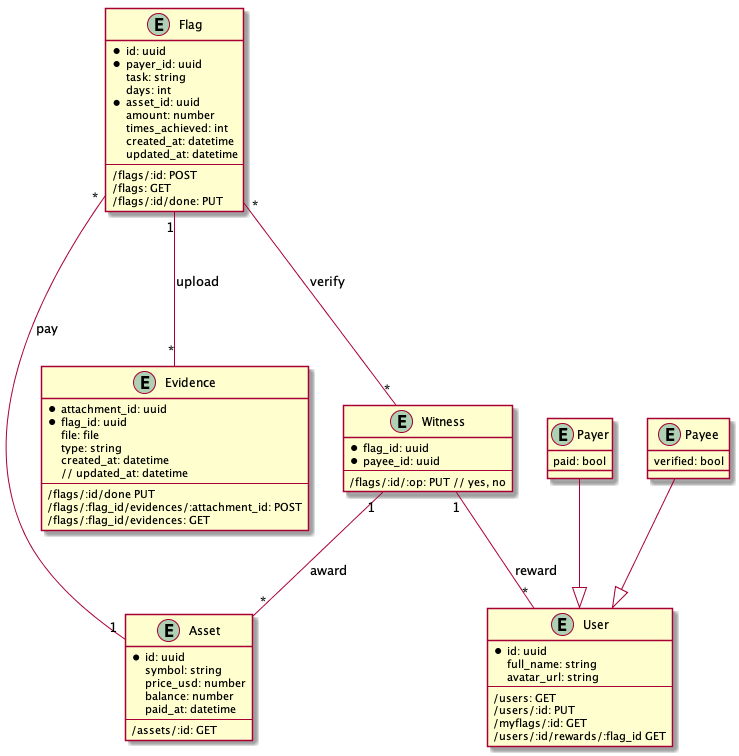
The PlantUML diagram docs/models.png in PioneerDev/setflags, before a commit.
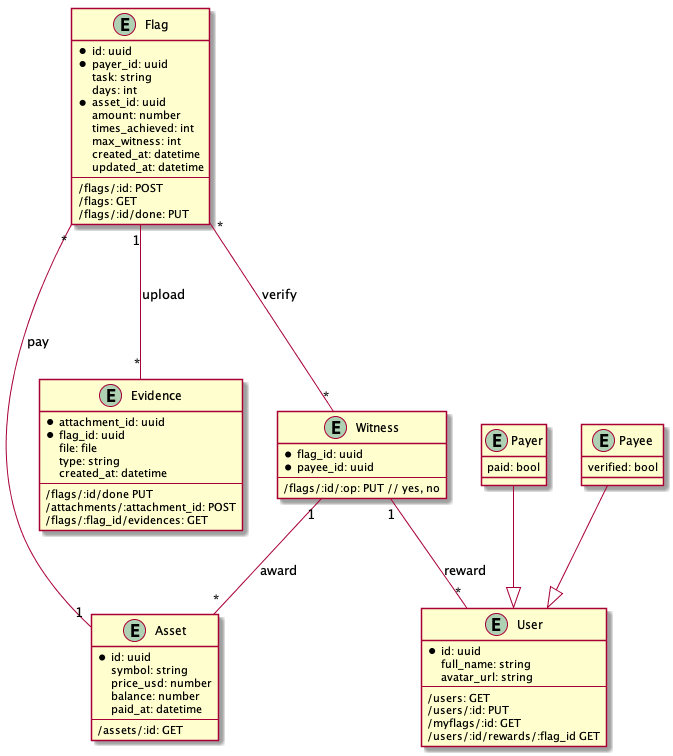
Above is the later version.

Diff of the diagram source:
```diff
@@ -19,6 +19,7 @@
     * asset_id: uuid
     amount: number
     times_achieved: int
+    max_witness: int
     created_at: datetime
     updated_at: datetime
     --
@@ -43,10 +44,9 @@
     file: file
     type: string
     created_at: datetime
-    // updated_at: datetime
     --
     /flags/:id/done PUT
-    /flags/:flag_id/evidences/:attachment_id: POST
+    /attachments/:attachment_id: POST
     /flags/:flag_id/evidences: GET
 }
 
```
